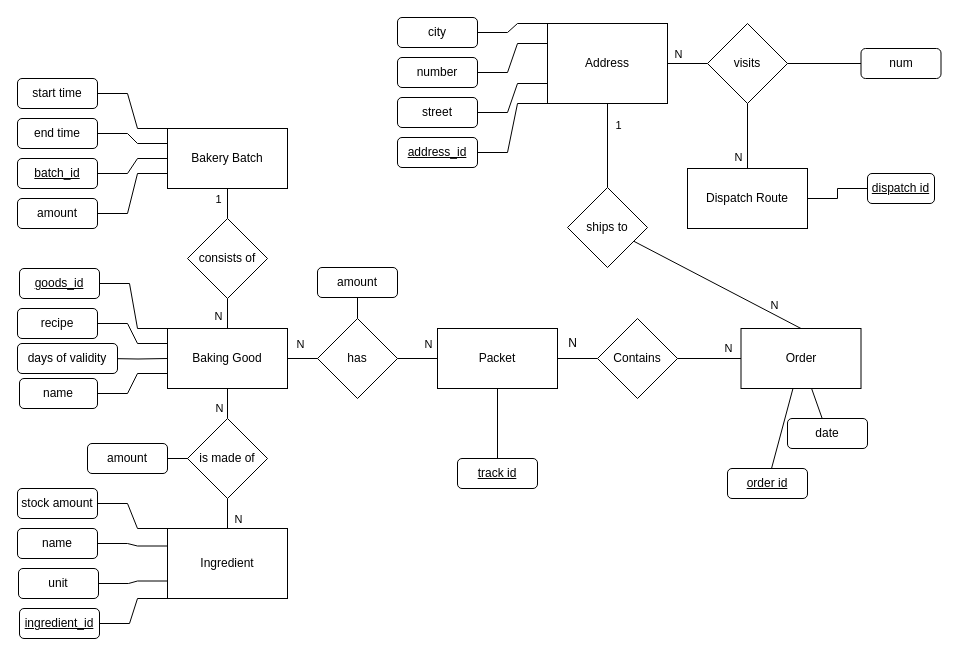
Djengiss/Bakery keeps this draw.io diagram as Bakery/ERDiagram/ER Modified.drawio. Above is the earlier version. Source tidied: cells renumbered, new cells numbered last; positions are measured from the earlier drawing's top-left corner, leaving out a move shared by most shapes. Both pictures are drawn from the tidied source at 100%, with x=0, y=0 at pixel (17, 17).
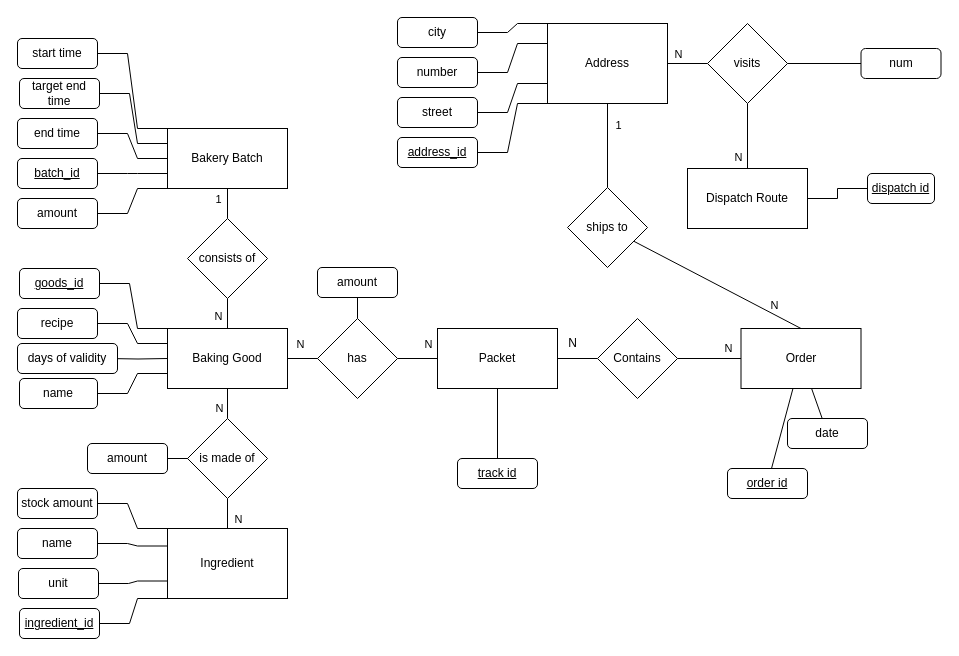
After the change.

Commit message:
Updaded ER diagram

Unchanged cells that the change refers to:
```xml
<mxCell id="18" value="Bakery Batch" style="rounded=0;whiteSpace=wrap;html=1;" parent="1" vertex="1">
  <mxGeometry x="150" y="111" width="120" height="60" as="geometry" />
</mxCell>
<mxCell id="23" value="end time" style="rounded=1;whiteSpace=wrap;html=1;" parent="1" vertex="1">
  <mxGeometry y="101" width="80" height="30" as="geometry" />
</mxCell>
<mxCell id="38" value="&lt;u&gt;batch_id&lt;/u&gt;" style="rounded=1;whiteSpace=wrap;html=1;" parent="1" vertex="1">
  <mxGeometry y="141" width="80" height="30" as="geometry" />
</mxCell>
<mxCell id="42" value="amount" style="rounded=1;whiteSpace=wrap;html=1;" parent="1" vertex="1">
  <mxGeometry y="181" width="80" height="30" as="geometry" />
</mxCell>
```

Change to the diagram source:
```diff
@@
     <mxCell id="20" style="edgeStyle=entityRelationEdgeStyle;rounded=0;jettySize=auto;html=1;endArrow=none;endFill=0;entryX=0;entryY=0;entryDx=0;entryDy=0;" parent="1" edge="1" source="21" target="18">
-      <mxGeometry relative="1" as="geometry" />
+      <mxGeometry relative="1" as="geometry">
+        <Array as="points">
+          <mxPoint x="130" y="71" />
+        </Array>
+      </mxGeometry>
     </mxCell>
     <mxCell id="21" value="start time" style="rounded=1;whiteSpace=wrap;html=1;" parent="1" vertex="1">
-      <mxGeometry y="61" width="80" height="30" as="geometry" />
+      <mxGeometry y="21" width="80" height="30" as="geometry" />
     </mxCell>
-    <mxCell id="22" style="edgeStyle=entityRelationEdgeStyle;rounded=0;jettySize=auto;html=1;endArrow=none;endFill=0;entryX=0;entryY=0.25;entryDx=0;entryDy=0;" parent="1" edge="1" source="23" target="18">
+    <mxCell id="22" style="edgeStyle=entityRelationEdgeStyle;rounded=0;jettySize=auto;html=1;endArrow=none;endFill=0;entryX=0;entryY=0.5;entryDx=0;entryDy=0;" parent="1" edge="1" source="23" target="18">
       <mxGeometry relative="1" as="geometry" />
     </mxCell>
@@
-    <mxCell id="37" style="edgeStyle=entityRelationEdgeStyle;rounded=0;jettySize=auto;html=1;entryX=0;entryY=0.5;entryDx=0;entryDy=0;endArrow=none;endFill=0;" parent="1" edge="1" source="38" target="18">
+    <mxCell id="37" style="edgeStyle=entityRelationEdgeStyle;rounded=0;jettySize=auto;html=1;entryX=0;entryY=0.75;entryDx=0;entryDy=0;endArrow=none;endFill=0;" parent="1" edge="1" source="38" target="18">
       <mxGeometry relative="1" as="geometry" />
     </mxCell>
@@
-    <mxCell id="41" style="edgeStyle=entityRelationEdgeStyle;rounded=0;jettySize=auto;html=1;endArrow=none;endFill=0;entryX=0;entryY=0.75;entryDx=0;entryDy=0;" parent="1" edge="1" source="42" target="18">
+    <mxCell id="41" style="edgeStyle=entityRelationEdgeStyle;rounded=0;jettySize=auto;html=1;endArrow=none;endFill=0;entryX=0;entryY=1;entryDx=0;entryDy=0;" parent="1" edge="1" source="42" target="18">
       <mxGeometry relative="1" as="geometry" />
     </mxCell>
@@
+    <mxCell id="85" value="target end time" style="rounded=1;whiteSpace=wrap;html=1;" parent="1" vertex="1">
+      <mxGeometry x="2" y="61" width="80" height="30" as="geometry" />
+    </mxCell>
+    <mxCell id="86" style="edgeStyle=entityRelationEdgeStyle;rounded=0;jettySize=auto;html=1;endArrow=none;endFill=0;entryX=0;entryY=0.25;entryDx=0;entryDy=0;exitX=1;exitY=0.5;exitDx=0;exitDy=0;" parent="1" edge="1" source="85" target="18">
+      <mxGeometry relative="1" as="geometry">
+        <Array as="points">
+          <mxPoint x="130" y="141" />
+        </Array>
+      </mxGeometry>
+    </mxCell>
```
